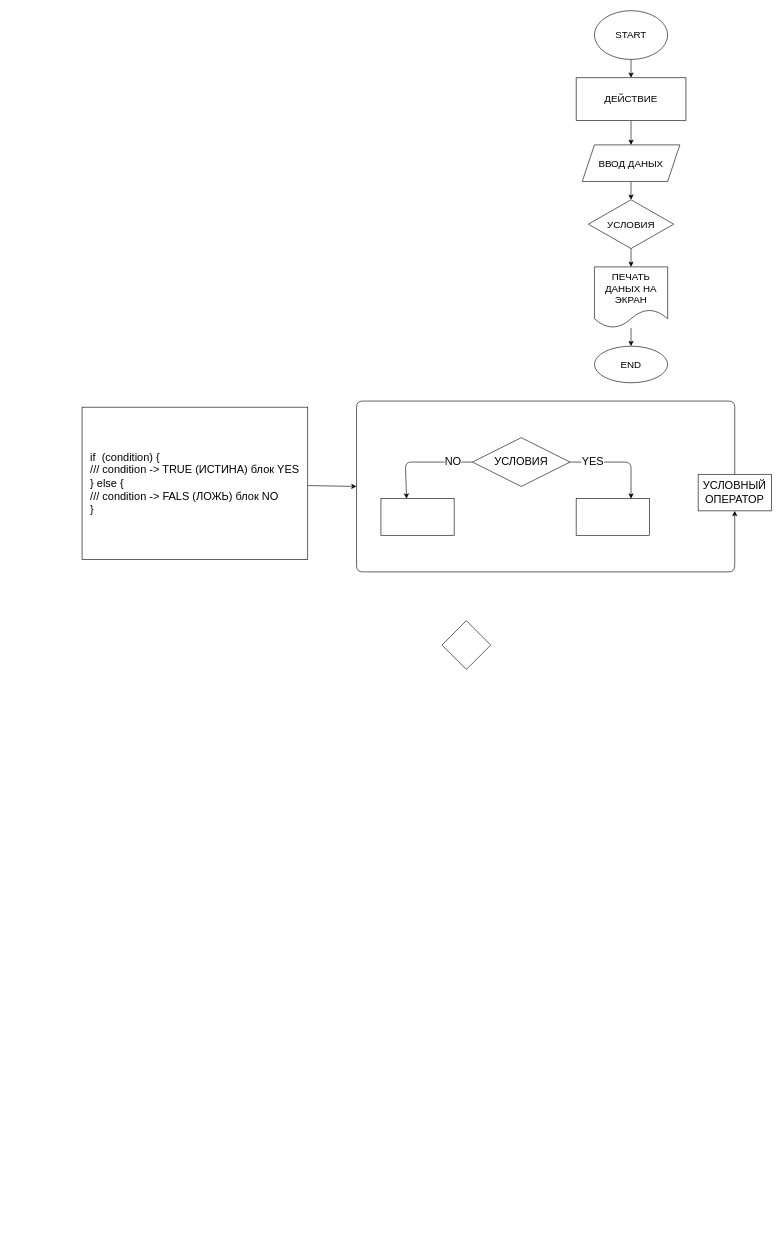
Slava5-lgtm/syudy keeps this draw.io diagram as ex0.drawio. Above is the earlier version. Source tidied: cells renumbered, new cells numbered last; positions are measured from the earlier drawing's top-left corner, leaving out a move shared by most shapes. Both pictures are drawn from the tidied source at 61%, with x=0, y=0 at pixel (82, 10).
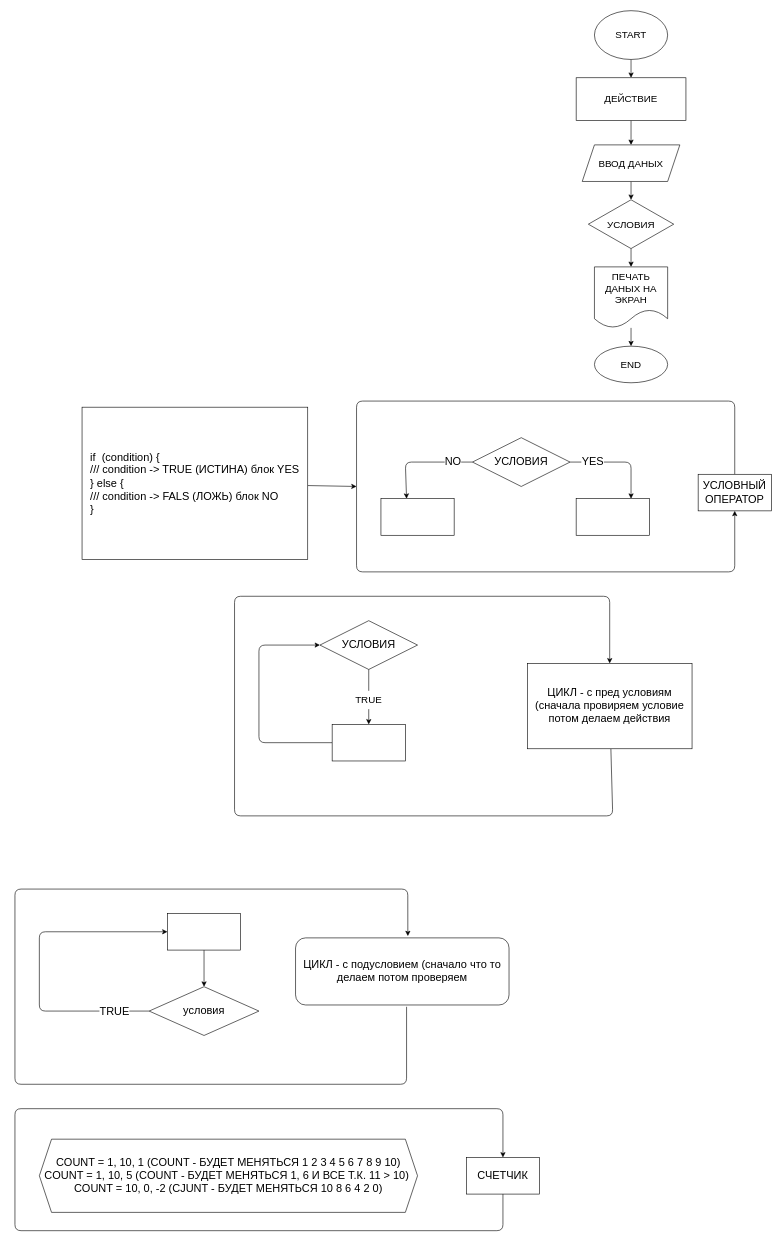
The same diagram, later.

Commit message (it also covers changes not shown here):
добавил блок схему

The edit, as a diff of the source:
```diff
@@
-    <mxCell id="24" style="rhombus;whiteSpace=wrap;html=1;fontSize=18;" parent="1" vertex="1">
-      <mxGeometry x="590" y="1000" width="80" height="80" as="geometry" />
-    </mxCell>
+    <mxCell id="25" style="edgeStyle=none;html=1;startArrow=none;" parent="1" edge="1" source="29" target="28">
+      <mxGeometry relative="1" as="geometry" />
+    </mxCell>
+    <mxCell id="26" value="УСЛОВИЯ" style="rhombus;whiteSpace=wrap;html=1;fontSize=18;" parent="1" vertex="1">
+      <mxGeometry x="390" y="1000" width="160" height="80" as="geometry" />
+    </mxCell>
+    <mxCell id="27" style="edgeStyle=none;html=1;fontSize=18;entryX=0;entryY=0.5;entryDx=0;entryDy=0;" parent="1" edge="1" source="28" target="26">
+      <mxGeometry relative="1" as="geometry">
+        <Array as="points">
+          <mxPoint x="290" y="1200" />
+          <mxPoint x="290" y="1040" />
+        </Array>
+      </mxGeometry>
+    </mxCell>
+    <mxCell id="28" style="whiteSpace=wrap;html=1;fontSize=18;" parent="1" vertex="1">
+      <mxGeometry x="410" y="1170" width="120" height="60" as="geometry" />
+    </mxCell>
+    <mxCell id="29" value="&lt;font size=&quot;3&quot;&gt;TRUE&lt;/font&gt;" style="text;html=1;strokeColor=none;fillColor=none;align=center;verticalAlign=middle;whiteSpace=wrap;rounded=0;" parent="1" vertex="1">
+      <mxGeometry x="440" y="1115" width="60" height="30" as="geometry" />
+    </mxCell>
+    <mxCell id="30" style="edgeStyle=none;html=1;endArrow=none;" parent="1" edge="1" source="26" target="29">
+      <mxGeometry relative="1" as="geometry" />
+    </mxCell>
+    <mxCell id="31" style="edgeStyle=none;html=1;fontSize=18;entryX=0.5;entryY=0;entryDx=0;entryDy=0;" parent="1" edge="1" source="32" target="32">
+      <mxGeometry relative="1" as="geometry">
+        <Array as="points">
+          <mxPoint x="870" y="1320" />
+          <mxPoint x="250" y="1320" />
+          <mxPoint x="250" y="960" />
+          <mxPoint x="865" y="960" />
+        </Array>
+      </mxGeometry>
+    </mxCell>
+    <mxCell id="32" value="ЦИКЛ - с пред условиям (сначала провиряем условие потом делаем действия" style="rounded=0;whiteSpace=wrap;html=1;fontSize=18;" parent="1" vertex="1">
+      <mxGeometry x="730" y="1070" width="270" height="140" as="geometry" />
+    </mxCell>
+    <mxCell id="33" style="edgeStyle=none;html=1;fontSize=18;" parent="1" edge="1" source="34" target="37">
+      <mxGeometry relative="1" as="geometry" />
+    </mxCell>
+    <mxCell id="34" style="rounded=0;whiteSpace=wrap;html=1;fontSize=18;" parent="1" vertex="1">
+      <mxGeometry x="140" y="1480" width="120" height="60" as="geometry" />
+    </mxCell>
+    <mxCell id="35" style="edgeStyle=none;html=1;fontSize=18;entryX=0;entryY=0.5;entryDx=0;entryDy=0;" parent="1" edge="1" source="37" target="34">
+      <mxGeometry relative="1" as="geometry">
+        <Array as="points">
+          <mxPoint x="-70" y="1640" />
+          <mxPoint x="-70" y="1510" />
+        </Array>
+      </mxGeometry>
+    </mxCell>
+    <mxCell id="36" value="TRUE" style="edgeLabel;html=1;align=center;verticalAlign=middle;fontSize=18;" parent="35" vertex="1">
+      <mxGeometry x="-0.73" y="2" relative="1" as="geometry">
+        <mxPoint x="12" y="-2" as="offset" />
+      </mxGeometry>
+    </mxCell>
+    <mxCell id="37" value="условия" style="rhombus;whiteSpace=wrap;html=1;fontSize=18;rounded=0;" parent="1" vertex="1">
+      <mxGeometry x="110" y="1600" width="180" height="80" as="geometry" />
+    </mxCell>
+    <mxCell id="38" value="ЦИКЛ - с подусловием (сначало что то делаем потом проверяем" style="rounded=1;whiteSpace=wrap;html=1;fontSize=18;" parent="1" vertex="1">
+      <mxGeometry x="350" y="1520" width="350" height="110" as="geometry" />
+    </mxCell>
+    <mxCell id="39" value="COUNT = 1, 10, 1 (COUNT - БУДЕТ МЕНЯТЬСЯ 1 2 3 4 5 6 7 8 9 10)&lt;br&gt;COUNT = 1, 10, 5 (COUNT - БУДЕТ МЕНЯТЬСЯ 1, 6 И ВСЕ Т.К. 11 &amp;gt; 10)&amp;nbsp;&lt;br&gt;COUNT = 10, 0, -2 (CJUNT - БУДЕТ МЕНЯТЬСЯ 10 8 6 4 2 0)" style="shape=hexagon;perimeter=hexagonPerimeter2;whiteSpace=wrap;html=1;fixedSize=1;fontSize=18;" parent="1" vertex="1">
+      <mxGeometry x="-70" y="1850" width="620" height="120" as="geometry" />
+    </mxCell>
+    <mxCell id="40" style="endArrow=classic;html=1;fontSize=18;exitX=0.52;exitY=1.027;exitDx=0;exitDy=0;exitPerimeter=0;entryX=0.526;entryY=-0.027;entryDx=0;entryDy=0;entryPerimeter=0;" parent="1" edge="1" source="38" target="38">
+      <mxGeometry relative="1" as="geometry">
+        <Array as="points">
+          <mxPoint x="532" y="1760" />
+          <mxPoint x="-110" y="1760" />
+          <mxPoint x="-110" y="1440" />
+          <mxPoint x="534" y="1440" />
+        </Array>
+      </mxGeometry>
+    </mxCell>
+    <mxCell id="41" style="edgeStyle=none;html=1;fontSize=18;entryX=0.5;entryY=0;entryDx=0;entryDy=0;" parent="1" edge="1" source="42" target="42">
+      <mxGeometry relative="1" as="geometry">
+        <Array as="points">
+          <mxPoint x="690" y="2000" />
+          <mxPoint x="-110" y="2000" />
+          <mxPoint x="-110" y="1800" />
+          <mxPoint x="690" y="1800" />
+        </Array>
+      </mxGeometry>
+    </mxCell>
+    <mxCell id="42" value="СЧЕТЧИК" style="rounded=0;whiteSpace=wrap;html=1;fontSize=18;" parent="1" vertex="1">
+      <mxGeometry x="630" y="1880" width="120" height="60" as="geometry" />
+    </mxCell>
```
